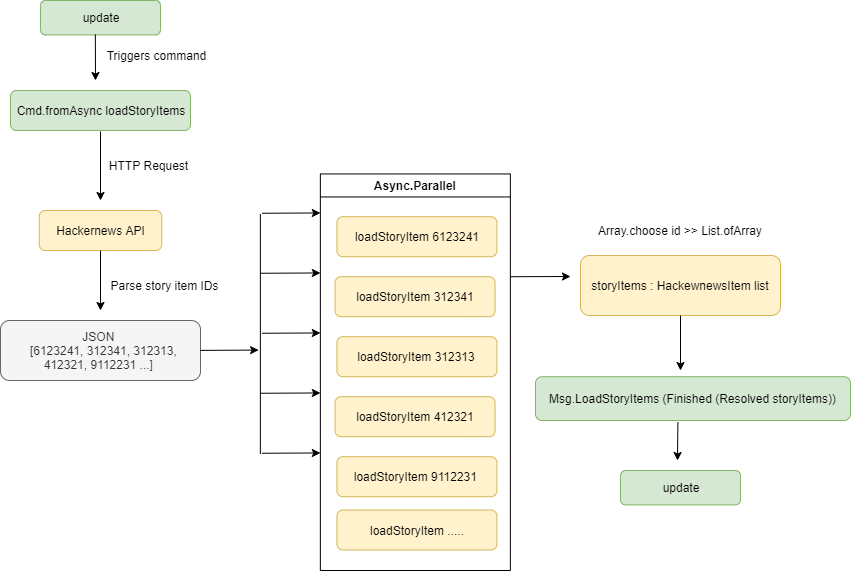
Above: images/commands/async-parallel-strategy.png in Zaid-Ajaj/the-elmish-book (draw.io), before the change. Source tidied: cells renumbered, new cells last; positions are measured from the earlier drawing's top-left corner, leaving out a move shared by most shapes. The source it was exported from:
```xml
<mxGraphModel>
  <root>
    <mxCell id="0" />
    <mxCell id="1" parent="0" />
    <mxCell id="2" value="Async.Parallel" style="swimlane;" parent="1" vertex="1">
      <mxGeometry x="319.9" y="173.4" width="190" height="396.6" as="geometry" />
    </mxCell>
    <mxCell id="3" value="loadStoryItem ....." style="rounded=1;whiteSpace=wrap;html=1;fillColor=#fff2cc;strokeColor=#d6b656;" parent="2" vertex="1">
      <mxGeometry x="16.6" y="336.1" width="160" height="40" as="geometry" />
    </mxCell>
    <mxCell id="4" value="Cmd.fromAsync loadStoryItems" style="rounded=1;whiteSpace=wrap;html=1;fillColor=#d5e8d4;strokeColor=#82b366;" parent="1" vertex="1">
      <mxGeometry x="10" y="90" width="180" height="40" as="geometry" />
    </mxCell>
    <mxCell id="5" style="endArrow=classic;html=1;" parent="1" edge="1">
      <mxGeometry relative="1" as="geometry">
        <mxPoint x="100" y="131" as="sourcePoint" />
        <mxPoint x="100" y="200" as="targetPoint" />
      </mxGeometry>
    </mxCell>
    <mxCell id="6" value="Hackernews API" style="rounded=1;whiteSpace=wrap;html=1;fillColor=#fff2cc;strokeColor=#d6b656;" parent="1" vertex="1">
      <mxGeometry x="38.8" y="210" width="122.5" height="40" as="geometry" />
    </mxCell>
    <mxCell id="7" value="HTTP Request" style="text;html=1;strokeColor=none;fillColor=none;align=center;verticalAlign=middle;whiteSpace=wrap;rounded=0;" parent="1" vertex="1">
      <mxGeometry x="94.7" y="150" width="105.3" height="30" as="geometry" />
    </mxCell>
    <mxCell id="8" value="JSON &lt;br&gt;&amp;nbsp; [6123241, 312341, 312313, 412321, 9112231 ...]&amp;nbsp;" style="rounded=1;whiteSpace=wrap;html=1;fillColor=#f5f5f5;strokeColor=#666666;fontColor=#333333;" parent="1" vertex="1">
      <mxGeometry y="320" width="200" height="60" as="geometry" />
    </mxCell>
    <mxCell id="9" style="endArrow=classic;html=1;exitX=0.5;exitY=1;exitDx=0;exitDy=0;" parent="1" edge="1" source="6">
      <mxGeometry relative="1" as="geometry">
        <mxPoint x="100" y="310" as="targetPoint" />
      </mxGeometry>
    </mxCell>
    <mxCell id="10" style="endArrow=none;html=1;" parent="1" edge="1">
      <mxGeometry relative="1" as="geometry">
        <mxPoint x="259.9" y="453.4" as="sourcePoint" />
        <mxPoint x="259.9" y="213.4" as="targetPoint" />
      </mxGeometry>
    </mxCell>
    <mxCell id="11" value="Parse story item IDs" style="text;html=1;strokeColor=none;fillColor=none;align=center;verticalAlign=middle;whiteSpace=wrap;rounded=0;" parent="1" vertex="1">
      <mxGeometry x="109.4" y="270" width="110.6" height="30" as="geometry" />
    </mxCell>
    <mxCell id="12" style="endArrow=classic;html=1;" parent="1" edge="1">
      <mxGeometry relative="1" as="geometry">
        <mxPoint x="261.7" y="212.8" as="sourcePoint" />
        <mxPoint x="319.9" y="212.4" as="targetPoint" />
      </mxGeometry>
    </mxCell>
    <mxCell id="13" value="loadStoryItem 6123241" style="rounded=1;whiteSpace=wrap;html=1;fillColor=#fff2cc;strokeColor=#d6b656;" parent="1" vertex="1">
      <mxGeometry x="336.4" y="216.2" width="160" height="40" as="geometry" />
    </mxCell>
    <mxCell id="14" style="endArrow=classic;html=1;" parent="1" edge="1">
      <mxGeometry relative="1" as="geometry">
        <mxPoint x="259.9" y="272.8" as="sourcePoint" />
        <mxPoint x="319.9" y="272.4" as="targetPoint" />
      </mxGeometry>
    </mxCell>
    <mxCell id="15" value="loadStoryItem 312341" style="rounded=1;whiteSpace=wrap;html=1;fillColor=#fff2cc;strokeColor=#d6b656;" parent="1" vertex="1">
      <mxGeometry x="334.6" y="276.2" width="160" height="40" as="geometry" />
    </mxCell>
    <mxCell id="16" style="endArrow=classic;html=1;" parent="1" edge="1">
      <mxGeometry relative="1" as="geometry">
        <mxPoint x="261.7" y="332.8" as="sourcePoint" />
        <mxPoint x="319.9" y="332.4" as="targetPoint" />
      </mxGeometry>
    </mxCell>
    <mxCell id="17" value="loadStoryItem 312313" style="rounded=1;whiteSpace=wrap;html=1;fillColor=#fff2cc;strokeColor=#d6b656;" parent="1" vertex="1">
      <mxGeometry x="336.4" y="336.2" width="160" height="40" as="geometry" />
    </mxCell>
    <mxCell id="18" style="endArrow=classic;html=1;" parent="1" edge="1">
      <mxGeometry relative="1" as="geometry">
        <mxPoint x="259.9" y="392.8" as="sourcePoint" />
        <mxPoint x="319.9" y="392.4" as="targetPoint" />
      </mxGeometry>
    </mxCell>
    <mxCell id="19" value="loadStoryItem 412321" style="rounded=1;whiteSpace=wrap;html=1;fillColor=#fff2cc;strokeColor=#d6b656;" parent="1" vertex="1">
      <mxGeometry x="334.6" y="396.2" width="160" height="40" as="geometry" />
    </mxCell>
    <mxCell id="20" style="endArrow=classic;html=1;" parent="1" edge="1">
      <mxGeometry relative="1" as="geometry">
        <mxPoint x="261.5" y="452.8" as="sourcePoint" />
        <mxPoint x="319.9" y="452.4" as="targetPoint" />
      </mxGeometry>
    </mxCell>
    <mxCell id="21" value="loadStoryItem 9112231&amp;nbsp;" style="rounded=1;whiteSpace=wrap;html=1;fillColor=#fff2cc;strokeColor=#d6b656;" parent="1" vertex="1">
      <mxGeometry x="336.4" y="456.2" width="160" height="40" as="geometry" />
    </mxCell>
    <mxCell id="22" style="endArrow=classic;html=1;" parent="1" edge="1">
      <mxGeometry relative="1" as="geometry">
        <mxPoint x="200" y="349.9" as="sourcePoint" />
        <mxPoint x="258.1" y="349.6" as="targetPoint" />
      </mxGeometry>
    </mxCell>
    <mxCell id="23" value="Array.choose id &amp;gt;&amp;gt; List.ofArray" style="text;html=1;strokeColor=none;fillColor=none;align=center;verticalAlign=middle;whiteSpace=wrap;rounded=0;" parent="1" vertex="1">
      <mxGeometry x="560" y="215" width="240" height="30" as="geometry" />
    </mxCell>
    <mxCell id="24" style="endArrow=classic;html=1;" parent="1" edge="1">
      <mxGeometry relative="1" as="geometry">
        <mxPoint x="509.9" y="276.2" as="sourcePoint" />
        <mxPoint x="570" y="276" as="targetPoint" />
      </mxGeometry>
    </mxCell>
    <mxCell id="25" value="storyItems :&amp;nbsp;HackewnewsItem list" style="rounded=1;whiteSpace=wrap;html=1;fillColor=#fff2cc;strokeColor=#d6b656;" parent="1" vertex="1">
      <mxGeometry x="580" y="255" width="200" height="60" as="geometry" />
    </mxCell>
    <mxCell id="26" style="endArrow=classic;html=1;exitX=0.5;exitY=1;exitDx=0;exitDy=0;" parent="1" edge="1" source="25">
      <mxGeometry relative="1" as="geometry">
        <mxPoint x="680" y="370" as="targetPoint" />
      </mxGeometry>
    </mxCell>
    <mxCell id="27" value="Msg.LoadStoryItems (Finished (Resolved storyItems))" style="rounded=1;whiteSpace=wrap;html=1;fillColor=#d5e8d4;strokeColor=#82b366;" parent="1" vertex="1">
      <mxGeometry x="535" y="376.2" width="315" height="43.8" as="geometry" />
    </mxCell>
    <mxCell id="28" value="update" style="rounded=1;whiteSpace=wrap;html=1;fillColor=#d5e8d4;strokeColor=#82b366;" parent="1" vertex="1">
      <mxGeometry x="40" width="120" height="34.4" as="geometry" />
    </mxCell>
    <mxCell id="29" style="endArrow=classic;html=1;exitX=0.457;exitY=0.986;exitDx=0;exitDy=0;exitPerimeter=0;" parent="1" edge="1" source="28">
      <mxGeometry relative="1" as="geometry">
        <mxPoint x="95" y="80" as="targetPoint" />
      </mxGeometry>
    </mxCell>
    <mxCell id="30" value="Triggers command" style="text;html=1;strokeColor=none;fillColor=none;align=center;verticalAlign=middle;whiteSpace=wrap;rounded=0;" parent="1" vertex="1">
      <mxGeometry x="94.7" y="40" width="120.6" height="30" as="geometry" />
    </mxCell>
    <mxCell id="31" value="update" style="rounded=1;whiteSpace=wrap;html=1;fillColor=#d5e8d4;strokeColor=#82b366;" parent="1" vertex="1">
      <mxGeometry x="620" y="470" width="120" height="34.4" as="geometry" />
    </mxCell>
    <mxCell id="32" style="endArrow=classic;html=1;exitX=0.452;exitY=1.041;exitDx=0;exitDy=0;exitPerimeter=0;" parent="1" edge="1" source="27">
      <mxGeometry relative="1" as="geometry">
        <mxPoint x="677" y="460" as="targetPoint" />
      </mxGeometry>
    </mxCell>
  </root>
</mxGraphModel>
```
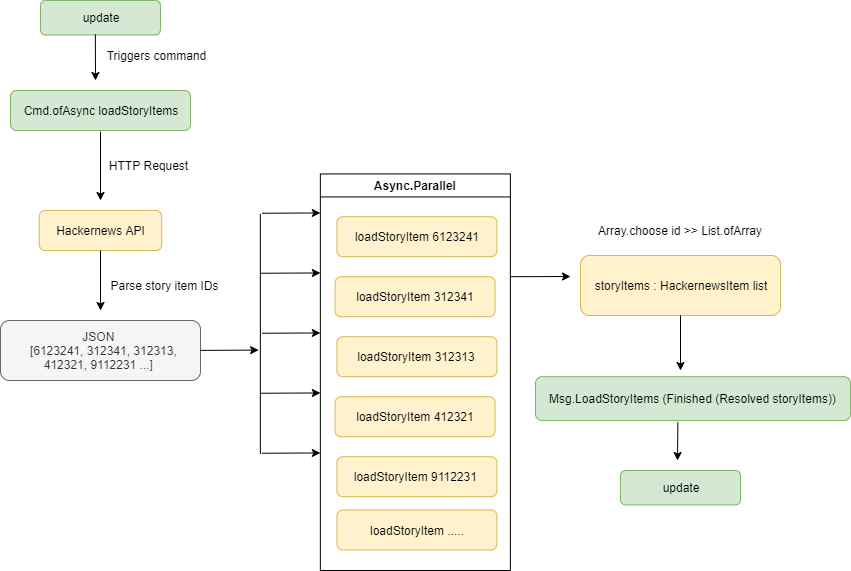
The same diagram one commit later.

Diff of the diagram source:
```diff
@@ -8,7 +8,7 @@
     <mxCell id="3" value="loadStoryItem ....." style="rounded=1;whiteSpace=wrap;html=1;fillColor=#fff2cc;strokeColor=#d6b656;" parent="2" vertex="1">
       <mxGeometry x="16.6" y="336.1" width="160" height="40" as="geometry" />
     </mxCell>
-    <mxCell id="4" value="Cmd.fromAsync loadStoryItems" style="rounded=1;whiteSpace=wrap;html=1;fillColor=#d5e8d4;strokeColor=#82b366;" parent="1" vertex="1">
+    <mxCell id="4" value="Cmd.ofAsync loadStoryItems" style="rounded=1;whiteSpace=wrap;html=1;fillColor=#d5e8d4;strokeColor=#82b366;" parent="1" vertex="1">
       <mxGeometry x="10" y="90" width="180" height="40" as="geometry" />
     </mxCell>
     <mxCell id="5" style="endArrow=classic;html=1;" parent="1" edge="1">
@@ -100,7 +100,7 @@
         <mxPoint x="570" y="276" as="targetPoint" />
       </mxGeometry>
     </mxCell>
-    <mxCell id="25" value="storyItems :&amp;nbsp;HackewnewsItem list" style="rounded=1;whiteSpace=wrap;html=1;fillColor=#fff2cc;strokeColor=#d6b656;" parent="1" vertex="1">
+    <mxCell id="25" value="storyItems :&amp;nbsp;HackernewsItem list" style="rounded=1;whiteSpace=wrap;html=1;fillColor=#fff2cc;strokeColor=#d6b656;" parent="1" vertex="1">
       <mxGeometry x="580" y="255" width="200" height="60" as="geometry" />
     </mxCell>
     <mxCell id="26" style="endArrow=classic;html=1;exitX=0.5;exitY=1;exitDx=0;exitDy=0;" parent="1" edge="1" source="25">
```
